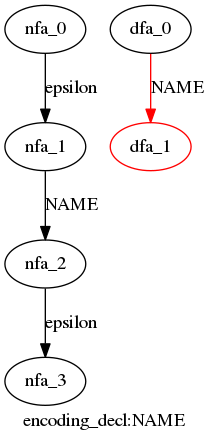
WinChua/blog keeps this Graphviz diagram as cpython/grammar/handwrite/nfa_dfas/85.encoding_decl.dot.png. Above is the earlier version. Its source is kept beside it as cpython/grammar/handwrite/nfa_dfas/85.encoding_decl.dot.
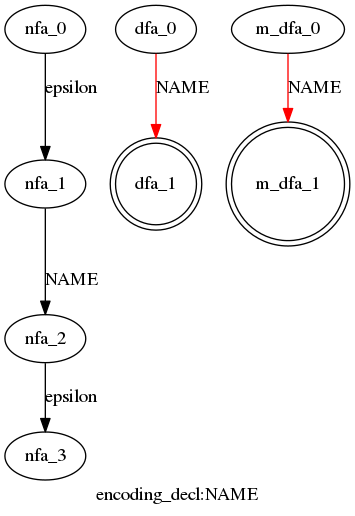
The same diagram one commit later.

Diff of the diagram source:
```diff
@@ -7,6 +7,10 @@
   }
  subgraph encoding_decl_dfa {
   dfa_0->dfa_1[label="NAME",color=red]
-  dfa_1[color=red]
+  dfa_1[shape=doublecircle]
+  }
+ subgraph encoding_decl_m_dfa {
+  m_dfa_0->m_dfa_1[label="NAME",color=red]
+  m_dfa_1[shape=doublecircle]
   }
 }
```
